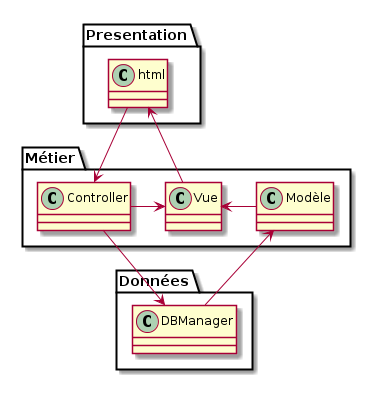
The PlantUML diagram report/img/uml.png in fmutix/I-Commerce, before a commit.
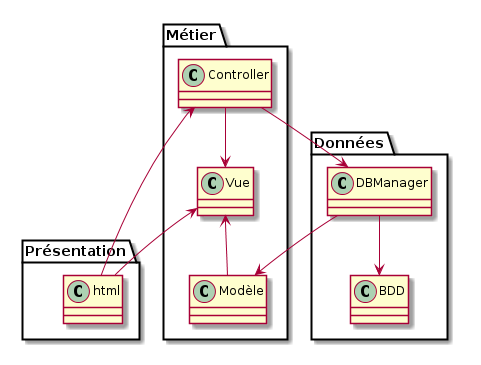
After the change.

Commit message:
added bdd in diagram

What changed in the source:
```diff
@@ -1,10 +1,17 @@
 @startuml
-class Métier.Controller -> Métier.Vue
-Métier.Controller -r-> Données.DBManager
-Métier.Vue <- Métier.Modèle
+package Métier{
+	Métier.Controller --> Métier.Vue
+	Métier.Controller --> Données.DBManager
+	Métier.Vue <-- Métier.Modèle
+}
 
-Données.DBManager -l-> Métier.Modèle
+package Données{
+	Données.DBManager --> Métier.Modèle
+	Données.DBManager --> Données.BDD
+}
 
-Presentation.html -r-> Métier.Controller
-Métier.Vue -l-> Presentation.html
+package Présentation{
+	Présentation.html -u-> Métier.Controller
+	Présentation.html -u-> Métier.Vue
+}
 @enduml
```
